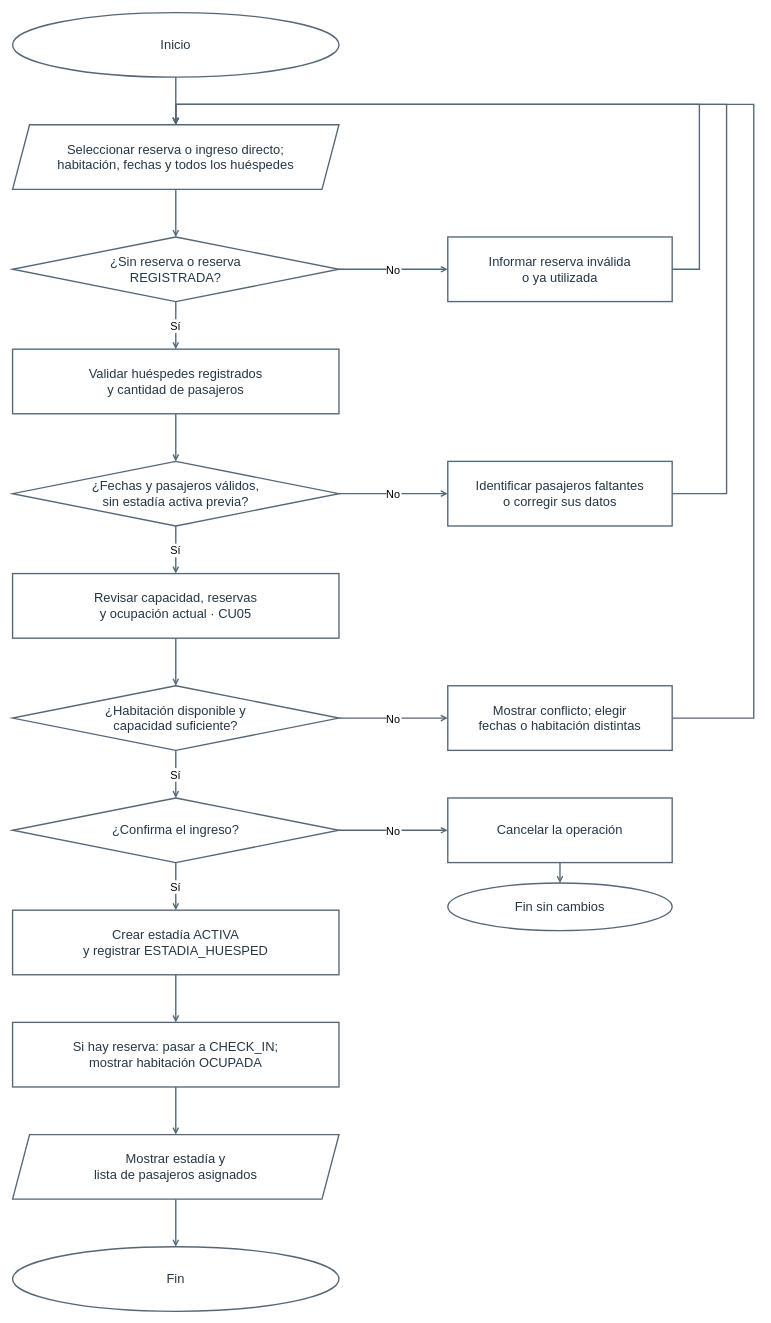
This is diagramas-editables/flujo-check-in.drawio from Yutre3/hotel-duerme-bien, a draw.io file, before an edit. Source tidied: cells renumbered, new cells numbered last; positions are measured from the earlier drawing's top-left corner, leaving out a move shared by most shapes. Both pictures are drawn from the tidied source at 68%, with x=0, y=0 at pixel (12, 12).
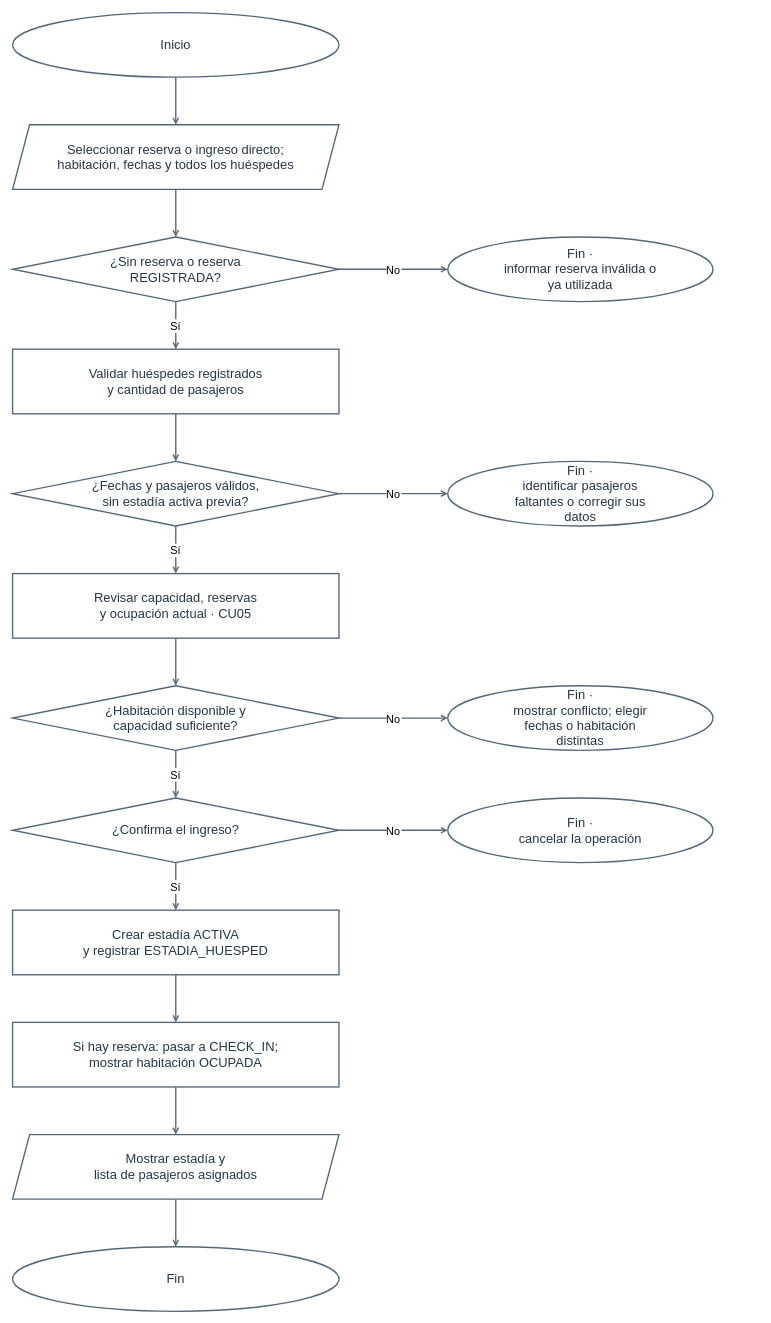
The same diagram, later.

The change refers to these unchanged cells:
```xml
<mxCell id="3" value="Seleccionar reserva o ingreso directo;&#10;habitación, fechas y todos los huéspedes" style="shape=parallelogram;fixedSize=1;size=25;html=0;whiteSpace=wrap;strokeColor=#546778;strokeWidth=2;fillColor=#ffffff;fontColor=#253747;fontSize=19;" parent="1" vertex="1">
  <mxGeometry y="165" width="480" height="95" as="geometry" />
</mxCell>
<mxCell id="6" value="¿Fechas y pasajeros válidos,&#10;sin estadía activa previa?" style="rhombus;html=0;whiteSpace=wrap;strokeColor=#546778;strokeWidth=2;fillColor=#ffffff;fontColor=#253747;fontSize=19;" parent="1" vertex="1">
  <mxGeometry y="660" width="480" height="95" as="geometry" />
</mxCell>
<mxCell id="8" value="¿Habitación disponible y&#10;capacidad suficiente?" style="rhombus;html=0;whiteSpace=wrap;strokeColor=#546778;strokeWidth=2;fillColor=#ffffff;fontColor=#253747;fontSize=19;" parent="1" vertex="1">
  <mxGeometry y="990" width="480" height="95" as="geometry" />
</mxCell>
<mxCell id="9" value="¿Confirma el ingreso?" style="rhombus;html=0;whiteSpace=wrap;strokeColor=#546778;strokeWidth=2;fillColor=#ffffff;fontColor=#253747;fontSize=19;" parent="1" vertex="1">
  <mxGeometry y="1155" width="480" height="95" as="geometry" />
</mxCell>
```

Change to the diagram source:
```diff
@@
-    <mxCell id="14" value="Informar reserva inválida&#10;o ya utilizada" style="rounded=0;html=0;whiteSpace=wrap;strokeColor=#546778;strokeWidth=2;fillColor=#ffffff;fontColor=#253747;fontSize=19;" parent="1" vertex="1">
-      <mxGeometry x="640" y="330" width="330" height="95" as="geometry" />
+    <mxCell id="14" value="Fin ·&#10;informar reserva inválida o&#10;ya utilizada" style="ellipse;html=0;whiteSpace=wrap;strokeColor=#546778;strokeWidth=2;fillColor=#ffffff;fontColor=#253747;fontSize=19;" parent="1" vertex="1">
+      <mxGeometry x="640" y="330" width="390" height="95" as="geometry" />
     </mxCell>
-    <mxCell id="15" value="Identificar pasajeros faltantes&#10;o corregir sus datos" style="rounded=0;html=0;whiteSpace=wrap;strokeColor=#546778;strokeWidth=2;fillColor=#ffffff;fontColor=#253747;fontSize=19;" parent="1" vertex="1">
-      <mxGeometry x="640" y="660" width="330" height="95" as="geometry" />
+    <mxCell id="15" value="Fin ·&#10;identificar pasajeros&#10;faltantes o corregir sus&#10;datos" style="ellipse;html=0;whiteSpace=wrap;strokeColor=#546778;strokeWidth=2;fillColor=#ffffff;fontColor=#253747;fontSize=19;" parent="1" vertex="1">
+      <mxGeometry x="640" y="660" width="390" height="95" as="geometry" />
     </mxCell>
-    <mxCell id="16" value="Mostrar conflicto; elegir&#10;fechas o habitación distintas" style="rounded=0;html=0;whiteSpace=wrap;strokeColor=#546778;strokeWidth=2;fillColor=#ffffff;fontColor=#253747;fontSize=19;" parent="1" vertex="1">
-      <mxGeometry x="640" y="990" width="330" height="95" as="geometry" />
+    <mxCell id="16" value="Fin ·&#10;mostrar conflicto; elegir&#10;fechas o habitación&#10;distintas" style="ellipse;html=0;whiteSpace=wrap;strokeColor=#546778;strokeWidth=2;fillColor=#ffffff;fontColor=#253747;fontSize=19;" parent="1" vertex="1">
+      <mxGeometry x="640" y="990" width="390" height="95" as="geometry" />
     </mxCell>
-    <mxCell id="17" value="Cancelar la operación" style="rounded=0;html=0;whiteSpace=wrap;strokeColor=#546778;strokeWidth=2;fillColor=#ffffff;fontColor=#253747;fontSize=19;" parent="1" vertex="1">
-      <mxGeometry x="640" y="1155" width="330" height="95" as="geometry" />
+    <mxCell id="17" value="Fin ·&#10;cancelar la operación" style="ellipse;html=0;whiteSpace=wrap;strokeColor=#546778;strokeWidth=2;fillColor=#ffffff;fontColor=#253747;fontSize=19;" parent="1" vertex="1">
+      <mxGeometry x="640" y="1155" width="390" height="95" as="geometry" />
     </mxCell>
-    <mxCell id="18" value="Fin sin cambios" style="ellipse;html=0;whiteSpace=wrap;strokeColor=#546778;strokeWidth=2;fillColor=#ffffff;fontColor=#253747;fontSize=19;" parent="1" vertex="1">
-      <mxGeometry x="640" y="1280" width="330" height="70" as="geometry" />
-    </mxCell>
@@
-    <mxCell id="31" style="html=0;edgeStyle=orthogonalEdgeStyle;jettySize=24;rounded=0;strokeWidth=2;strokeColor=#546778;fontSize=16;endArrow=open;endFill=0;startArrow=none;startFill=0;exitX=1;exitY=0.5;exitPerimeter=0;entryX=0.5;entryY=0;entryPerimeter=0;" parent="1" edge="1" source="14" target="3">
-      <mxGeometry relative="1" as="geometry">
-        <Array as="points">
-          <mxPoint x="1010" y="377.5" />
-          <mxPoint x="1010" y="135" />
-          <mxPoint x="240" y="135" />
-        </Array>
-      </mxGeometry>
+    <mxCell id="31" value="No" style="html=0;edgeStyle=orthogonalEdgeStyle;jettySize=24;rounded=0;strokeWidth=2;strokeColor=#546778;fontSize=16;endArrow=open;endFill=0;startArrow=none;startFill=0;exitX=1;exitY=0.5;exitPerimeter=0;entryX=0;entryY=0.5;entryPerimeter=0;" parent="1" edge="1" source="6" target="15">
+      <mxGeometry relative="1" as="geometry" />
     </mxCell>
-    <mxCell id="32" value="No" style="html=0;edgeStyle=orthogonalEdgeStyle;jettySize=24;rounded=0;strokeWidth=2;strokeColor=#546778;fontSize=16;endArrow=open;endFill=0;startArrow=none;startFill=0;exitX=1;exitY=0.5;exitPerimeter=0;entryX=0;entryY=0.5;entryPerimeter=0;" parent="1" edge="1" source="6" target="15">
+    <mxCell id="32" value="No" style="html=0;edgeStyle=orthogonalEdgeStyle;jettySize=24;rounded=0;strokeWidth=2;strokeColor=#546778;fontSize=16;endArrow=open;endFill=0;startArrow=none;startFill=0;exitX=1;exitY=0.5;exitPerimeter=0;entryX=0;entryY=0.5;entryPerimeter=0;" parent="1" edge="1" source="8" target="16">
       <mxGeometry relative="1" as="geometry" />
     </mxCell>
-    <mxCell id="33" style="html=0;edgeStyle=orthogonalEdgeStyle;jettySize=24;rounded=0;strokeWidth=2;strokeColor=#546778;fontSize=16;endArrow=open;endFill=0;startArrow=none;startFill=0;exitX=1;exitY=0.5;exitPerimeter=0;entryX=0.5;entryY=0;entryPerimeter=0;" parent="1" edge="1" source="15" target="3">
-      <mxGeometry relative="1" as="geometry">
-        <Array as="points">
-          <mxPoint x="1050" y="707.5" />
-          <mxPoint x="1050" y="135" />
-          <mxPoint x="240" y="135" />
-        </Array>
-      </mxGeometry>
+    <mxCell id="33" value="No" style="html=0;edgeStyle=orthogonalEdgeStyle;jettySize=24;rounded=0;strokeWidth=2;strokeColor=#546778;fontSize=16;endArrow=open;endFill=0;startArrow=none;startFill=0;exitX=1;exitY=0.5;exitPerimeter=0;entryX=0;entryY=0.5;entryPerimeter=0;" parent="1" edge="1" source="9" target="17">
+      <mxGeometry relative="1" as="geometry" />
     </mxCell>
-    <mxCell id="34" value="No" style="html=0;edgeStyle=orthogonalEdgeStyle;jettySize=24;rounded=0;strokeWidth=2;strokeColor=#546778;fontSize=16;endArrow=open;endFill=0;startArrow=none;startFill=0;exitX=1;exitY=0.5;exitPerimeter=0;entryX=0;entryY=0.5;entryPerimeter=0;" parent="1" edge="1" source="8" target="16">
-      <mxGeometry relative="1" as="geometry" />
-    </mxCell>
-    <mxCell id="35" style="html=0;edgeStyle=orthogonalEdgeStyle;jettySize=24;rounded=0;strokeWidth=2;strokeColor=#546778;fontSize=16;endArrow=open;endFill=0;startArrow=none;startFill=0;exitX=1;exitY=0.5;exitPerimeter=0;entryX=0.5;entryY=0;entryPerimeter=0;" parent="1" edge="1" source="16" target="3">
-      <mxGeometry relative="1" as="geometry">
-        <Array as="points">
-          <mxPoint x="1090" y="1037.5" />
-          <mxPoint x="1090" y="135" />
-          <mxPoint x="240" y="135" />
-        </Array>
-      </mxGeometry>
-    </mxCell>
-    <mxCell id="36" value="No" style="html=0;edgeStyle=orthogonalEdgeStyle;jettySize=24;rounded=0;strokeWidth=2;strokeColor=#546778;fontSize=16;endArrow=open;endFill=0;startArrow=none;startFill=0;exitX=1;exitY=0.5;exitPerimeter=0;entryX=0;entryY=0.5;entryPerimeter=0;" parent="1" edge="1" source="9" target="17">
-      <mxGeometry relative="1" as="geometry" />
-    </mxCell>
-    <mxCell id="37" style="html=0;edgeStyle=orthogonalEdgeStyle;jettySize=24;rounded=0;strokeWidth=2;strokeColor=#546778;fontSize=16;endArrow=open;endFill=0;startArrow=none;startFill=0;exitX=0.5;exitY=1;exitPerimeter=0;entryX=0.5;entryY=0;entryPerimeter=0;" parent="1" edge="1" source="17" target="18">
-      <mxGeometry relative="1" as="geometry" />
-    </mxCell>
```
